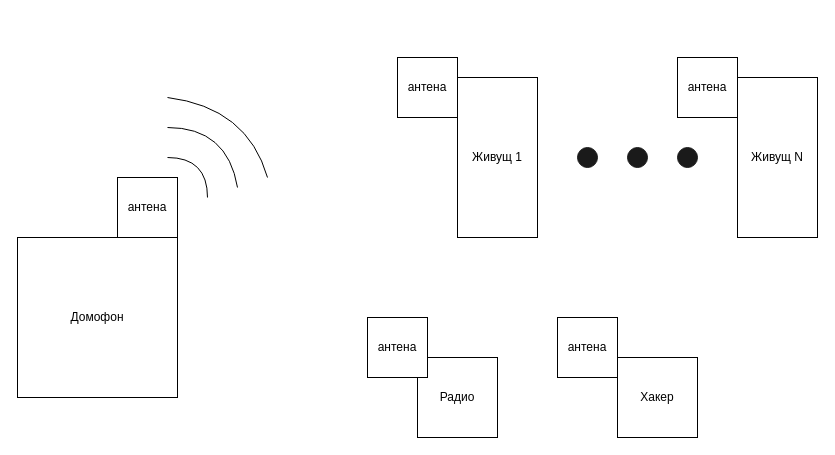
Earlier version of the draw.io diagram Radio intercom block diagram.drawio (DanielDimitrov123/Smart-Domophone). Source tidied: cells renumbered, new cells numbered last; positions are measured from the earlier drawing's top-left corner, leaving out a move shared by most shapes. Both pictures are drawn from the tidied source at 100%, with x=0, y=0 at pixel (17, 57).
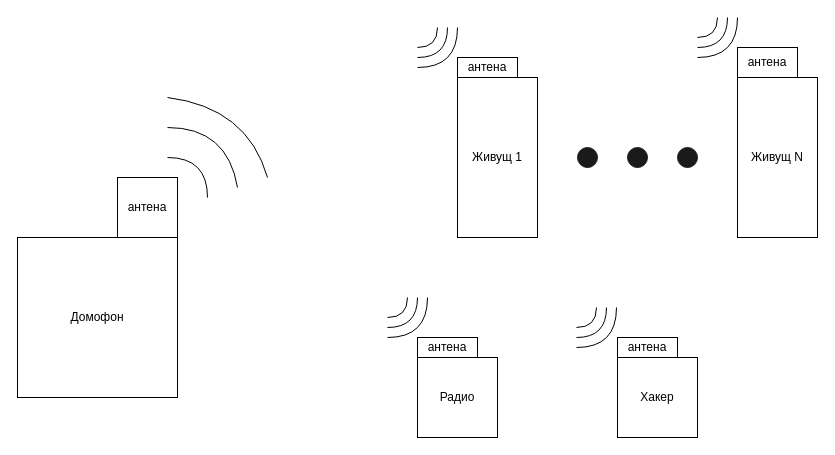
After the change.

The edit, as a diff of the source:
```diff
@@
     <mxCell id="12" value="антена" style="rounded=0;whiteSpace=wrap;html=1;direction=south;" parent="1" vertex="1">
-      <mxGeometry x="380" width="60" height="60" as="geometry" />
+      <mxGeometry x="440" width="60" height="20" as="geometry" />
     </mxCell>
     <mxCell id="13" value="антена" style="rounded=0;whiteSpace=wrap;html=1;direction=south;" parent="1" vertex="1">
-      <mxGeometry x="660" width="60" height="60" as="geometry" />
+      <mxGeometry x="720" y="-10" width="60" height="30" as="geometry" />
     </mxCell>
@@
     <mxCell id="16" value="антена" style="rounded=0;whiteSpace=wrap;html=1;direction=south;" parent="1" vertex="1">
-      <mxGeometry x="350" y="260" width="60" height="60" as="geometry" />
+      <mxGeometry x="400" y="280" width="60" height="20" as="geometry" />
     </mxCell>
     <mxCell id="17" value="антена" style="rounded=0;whiteSpace=wrap;html=1;direction=south;" parent="1" vertex="1">
-      <mxGeometry x="540" y="260" width="60" height="60" as="geometry" />
+      <mxGeometry x="600" y="280" width="60" height="20" as="geometry" />
     </mxCell>
+    <mxCell id="18" style="curved=1;endArrow=none;html=1;rounded=0;endFill=0;" parent="1" edge="1">
+      <mxGeometry relative="1" as="geometry">
+        <mxPoint x="440" y="-30" as="sourcePoint" />
+        <mxPoint x="400" y="10" as="targetPoint" />
+        <Array as="points">
+          <mxPoint x="440" y="10" />
+        </Array>
+      </mxGeometry>
+    </mxCell>
+    <mxCell id="19" style="curved=1;endArrow=none;html=1;rounded=0;endFill=0;" parent="1" edge="1">
+      <mxGeometry relative="1" as="geometry">
+        <mxPoint x="420" y="-30" as="sourcePoint" />
+        <mxPoint x="400" y="-10" as="targetPoint" />
+        <Array as="points">
+          <mxPoint x="420" y="-10" />
+        </Array>
+      </mxGeometry>
+    </mxCell>
+    <mxCell id="20" style="curved=1;endArrow=none;html=1;rounded=0;endFill=0;" parent="1" edge="1">
+      <mxGeometry relative="1" as="geometry">
+        <mxPoint x="430" y="-30" as="sourcePoint" />
+        <mxPoint x="400" as="targetPoint" />
+        <Array as="points">
+          <mxPoint x="430" />
+        </Array>
+      </mxGeometry>
+    </mxCell>
+    <mxCell id="21" style="curved=1;endArrow=none;html=1;rounded=0;endFill=0;" parent="1" edge="1">
+      <mxGeometry relative="1" as="geometry">
+        <mxPoint x="720" y="-40" as="sourcePoint" />
+        <mxPoint x="680" as="targetPoint" />
+        <Array as="points">
+          <mxPoint x="720" />
+        </Array>
+      </mxGeometry>
+    </mxCell>
+    <mxCell id="22" style="curved=1;endArrow=none;html=1;rounded=0;endFill=0;" parent="1" edge="1">
+      <mxGeometry relative="1" as="geometry">
+        <mxPoint x="700" y="-40" as="sourcePoint" />
+        <mxPoint x="680" y="-20" as="targetPoint" />
+        <Array as="points">
+          <mxPoint x="700" y="-20" />
+        </Array>
+      </mxGeometry>
+    </mxCell>
+    <mxCell id="23" style="curved=1;endArrow=none;html=1;rounded=0;endFill=0;" parent="1" edge="1">
+      <mxGeometry relative="1" as="geometry">
+        <mxPoint x="710" y="-40" as="sourcePoint" />
+        <mxPoint x="680" y="-10" as="targetPoint" />
+        <Array as="points">
+          <mxPoint x="710" y="-10" />
+        </Array>
+      </mxGeometry>
+    </mxCell>
+    <mxCell id="24" style="curved=1;endArrow=none;html=1;rounded=0;endFill=0;" parent="1" edge="1">
+      <mxGeometry relative="1" as="geometry">
+        <mxPoint x="410" y="240" as="sourcePoint" />
+        <mxPoint x="370" y="280" as="targetPoint" />
+        <Array as="points">
+          <mxPoint x="410" y="280" />
+        </Array>
+      </mxGeometry>
+    </mxCell>
+    <mxCell id="25" style="curved=1;endArrow=none;html=1;rounded=0;endFill=0;" parent="1" edge="1">
+      <mxGeometry relative="1" as="geometry">
+        <mxPoint x="390" y="240" as="sourcePoint" />
+        <mxPoint x="370" y="260" as="targetPoint" />
+        <Array as="points">
+          <mxPoint x="390" y="260" />
+        </Array>
+      </mxGeometry>
+    </mxCell>
+    <mxCell id="26" style="curved=1;endArrow=none;html=1;rounded=0;endFill=0;" parent="1" edge="1">
+      <mxGeometry relative="1" as="geometry">
+        <mxPoint x="400" y="240" as="sourcePoint" />
+        <mxPoint x="370" y="270" as="targetPoint" />
+        <Array as="points">
+          <mxPoint x="400" y="270" />
+        </Array>
+      </mxGeometry>
+    </mxCell>
+    <mxCell id="27" style="curved=1;endArrow=none;html=1;rounded=0;endFill=0;" parent="1" edge="1">
+      <mxGeometry relative="1" as="geometry">
+        <mxPoint x="599" y="250" as="sourcePoint" />
+        <mxPoint x="559" y="290" as="targetPoint" />
+        <Array as="points">
+          <mxPoint x="599" y="290" />
+        </Array>
+      </mxGeometry>
+    </mxCell>
+    <mxCell id="28" style="curved=1;endArrow=none;html=1;rounded=0;endFill=0;" parent="1" edge="1">
+      <mxGeometry relative="1" as="geometry">
+        <mxPoint x="579" y="250" as="sourcePoint" />
+        <mxPoint x="559" y="270" as="targetPoint" />
+        <Array as="points">
+          <mxPoint x="579" y="270" />
+        </Array>
+      </mxGeometry>
+    </mxCell>
+    <mxCell id="29" style="curved=1;endArrow=none;html=1;rounded=0;endFill=0;" parent="1" edge="1">
+      <mxGeometry relative="1" as="geometry">
+        <mxPoint x="589" y="250" as="sourcePoint" />
+        <mxPoint x="559" y="280" as="targetPoint" />
+        <Array as="points">
+          <mxPoint x="589" y="280" />
+        </Array>
+      </mxGeometry>
+    </mxCell>
```
